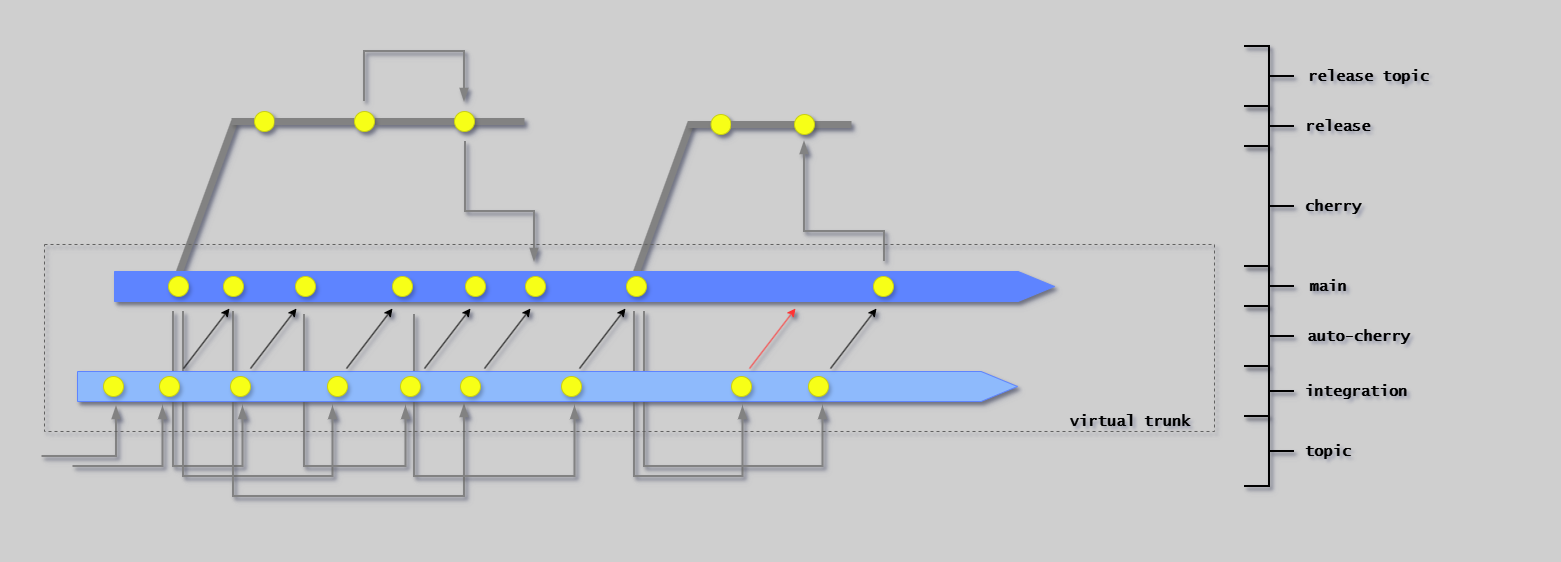
ready-to-release/eac keeps this draw.io diagram as docs/assets/branching/branching-integration.drawio.png. Above is the earlier version. Source tidied: cells renumbered, new cells last; positions are measured from the earlier drawing's top-left corner, leaving out a move shared by most shapes.
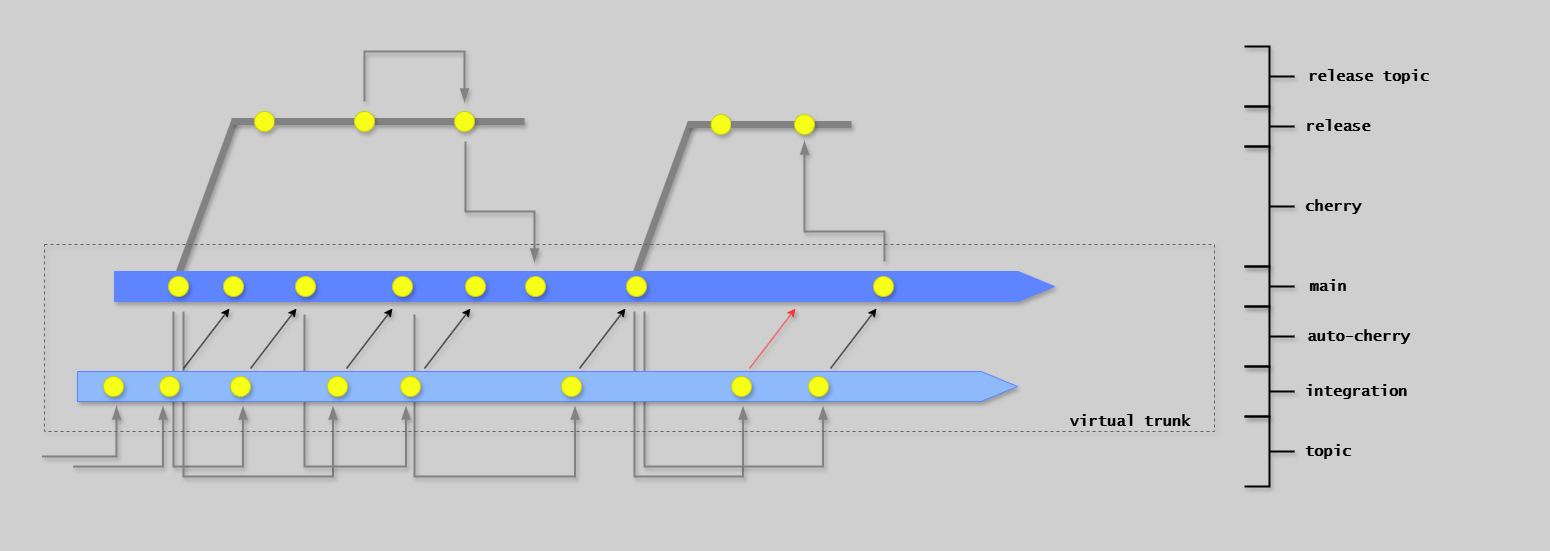
The same diagram one commit later.

Diff of the diagram source:
```diff
@@ -113,16 +113,6 @@
         </Array>
       </mxGeometry>
     </mxCell>
-    <mxCell id="25" style="edgeStyle=segmentEdgeStyle;endArrow=blockThin;html=1;curved=0;rounded=0;endSize=8;startSize=8;strokeColor=#828282;endFill=1;strokeWidth=2;shadow=1;" parent="1" edge="1">
-      <mxGeometry relative="1" as="geometry">
-        <mxPoint x="229" y="307" as="sourcePoint" />
-        <mxPoint x="460" y="400" as="targetPoint" />
-        <Array as="points">
-          <mxPoint x="229" y="492" />
-          <mxPoint x="460" y="492" />
-        </Array>
-      </mxGeometry>
-    </mxCell>
     <mxCell id="26" style="edgeStyle=segmentEdgeStyle;endArrow=blockThin;html=1;curved=0;rounded=0;endSize=8;startSize=8;strokeColor=#828282;endFill=1;strokeWidth=2;shadow=1;" parent="1" edge="1">
       <mxGeometry relative="1" as="geometry">
         <mxPoint x="410" y="310" as="sourcePoint" />
@@ -247,9 +237,6 @@
     <mxCell id="51" style="ellipse;whiteSpace=wrap;html=1;fillColor=#F7FF17;strokeColor=#C8CF13;shadow=1;" parent="1" vertex="1">
       <mxGeometry x="396" y="372" width="20" height="20" as="geometry" />
     </mxCell>
-    <mxCell id="52" style="ellipse;whiteSpace=wrap;html=1;fillColor=#F7FF17;strokeColor=#C8CF13;shadow=1;" parent="1" vertex="1">
-      <mxGeometry x="456" y="372" width="20" height="20" as="geometry" />
-    </mxCell>
     <mxCell id="53" style="ellipse;whiteSpace=wrap;html=1;fillColor=#F7FF17;strokeColor=#C8CF13;shadow=1;" parent="1" vertex="1">
       <mxGeometry x="557" y="372" width="20" height="20" as="geometry" />
     </mxCell>
@@ -283,12 +270,6 @@
         <mxPoint x="466" y="304" as="targetPoint" />
       </mxGeometry>
     </mxCell>
-    <mxCell id="60" style="endArrow=classic;html=1;rounded=0;shadow=1;" parent="1" edge="1">
-      <mxGeometry relative="1" as="geometry">
-        <mxPoint x="480" y="364" as="sourcePoint" />
-        <mxPoint x="526" y="304" as="targetPoint" />
-      </mxGeometry>
-    </mxCell>
     <mxCell id="61" style="endArrow=classic;html=1;rounded=0;shadow=1;" parent="1" edge="1">
       <mxGeometry relative="1" as="geometry">
         <mxPoint x="575" y="364" as="sourcePoint" />
```
